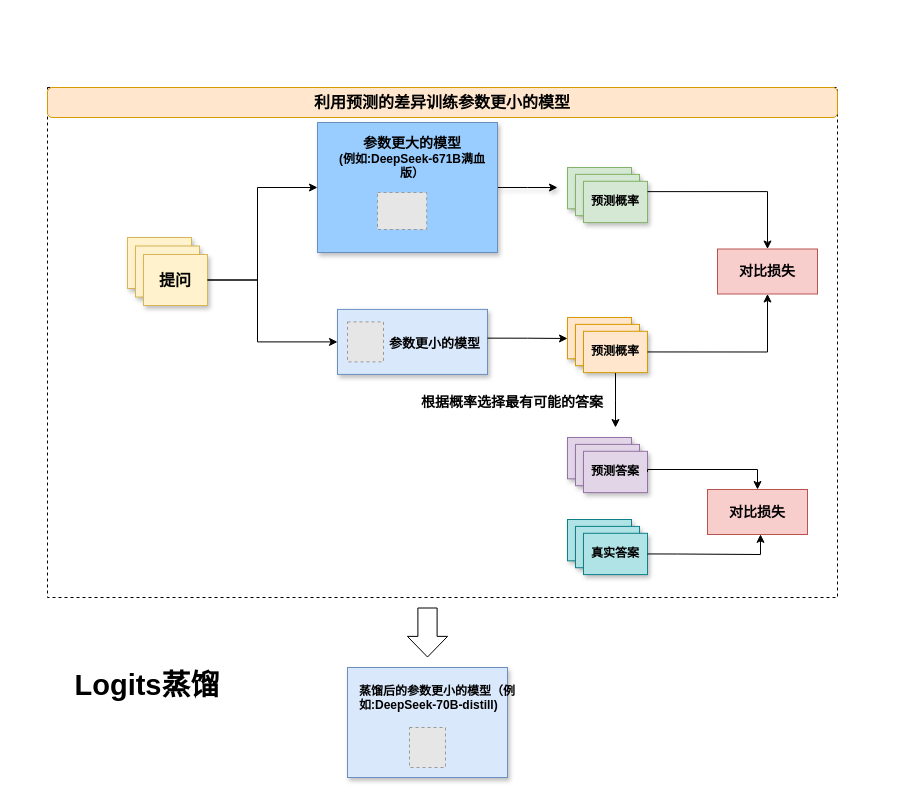
ShizhongP/dl-notes keeps this draw.io diagram as assets/概率分布蒸馏.drawio. Above is the earlier version. Source tidied: cells renumbered, new cells numbered last; positions are measured from the earlier drawing's top-left corner, leaving out a move shared by most shapes. Both pictures are drawn from the tidied source at 100%, with x=0, y=0 at pixel (17, 87). Pictures stored in the file or linked from it are replaced by grey dashed boxes.
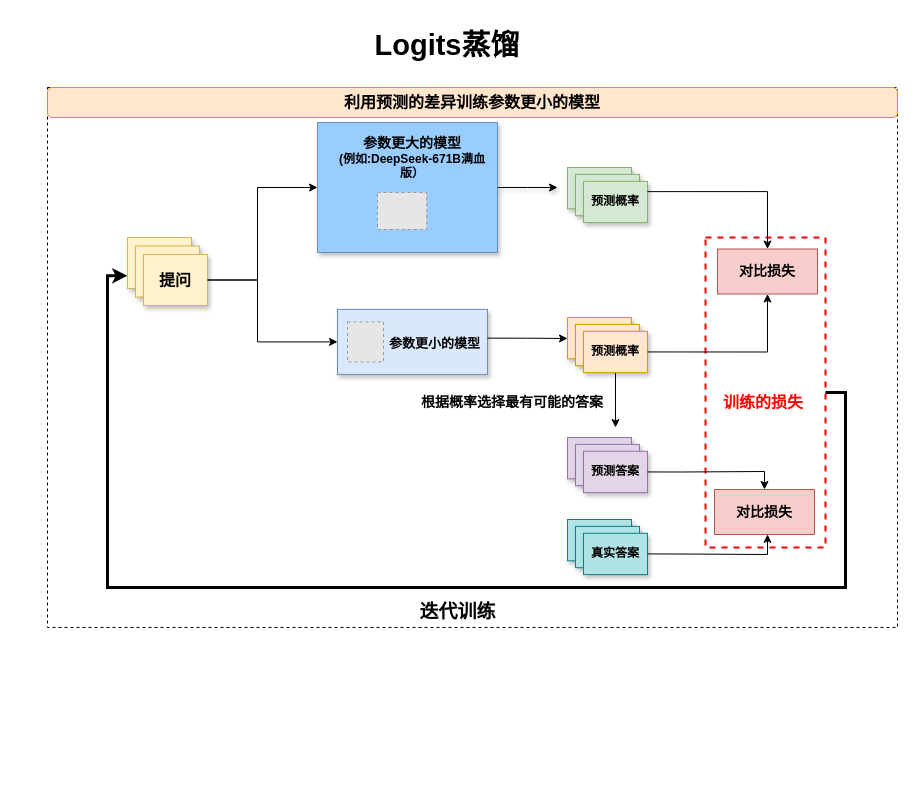
After the change.

Commit message:
更新概率分布蒸馏.drawio

Unchanged cells that the change refers to:
```xml
<mxCell id="18" style="rounded=0;whiteSpace=wrap;html=1;fillColor=#fff2cc;strokeColor=#d6b656;shadow=1;" parent="17" vertex="1">
  <mxGeometry width="64" height="51" as="geometry" />
</mxCell>
<mxCell id="36" value="&lt;b&gt;预测答案&lt;/b&gt;" style="rounded=0;whiteSpace=wrap;html=1;fillColor=#e1d5e7;strokeColor=#9673a6;shadow=1;" parent="33" vertex="1">
  <mxGeometry x="16" y="13.8" width="64" height="41.3" as="geometry" />
</mxCell>
```

The edit, as a diff of the source:
```diff
@@
     <mxCell id="2" style="rounded=0;whiteSpace=wrap;html=1;dashed=1;" parent="1" vertex="1">
-      <mxGeometry x="30" width="790" height="510" as="geometry" />
+      <mxGeometry x="30" width="850" height="540" as="geometry" />
     </mxCell>
+    <mxCell id="48" style="edgeStyle=orthogonalEdgeStyle;rounded=0;jettySize=auto;html=1;exitX=1;exitY=0.5;exitDx=0;exitDy=0;entryX=0;entryY=0.75;entryDx=0;entryDy=0;strokeWidth=3;" parent="1" edge="1" source="49" target="18">
+      <mxGeometry relative="1" as="geometry">
+        <Array as="points">
+          <mxPoint x="828" y="305" />
+          <mxPoint x="828" y="500" />
+          <mxPoint x="90" y="500" />
+          <mxPoint x="90" y="188" />
+        </Array>
+      </mxGeometry>
+    </mxCell>
+    <mxCell id="49" style="rounded=0;whiteSpace=wrap;html=1;fillColor=none;dashed=1;strokeColor=#FF0000;strokeWidth=2;" parent="1" vertex="1">
+      <mxGeometry x="688" y="150" width="120" height="310" as="geometry" />
+    </mxCell>
@@
-    <mxCell id="7" style="rounded=0;whiteSpace=wrap;html=1;fillColor=#dae8fc;strokeColor=#6c8ebf;shadow=1;" parent="1" vertex="1">
-      <mxGeometry x="330" y="580" width="160" height="110" as="geometry" />
-    </mxCell>
-    <mxCell id="8" style="fillColor=#E6E6E6;strokeColor=#999999;dashed=1;verticalLabelPosition=bottom;labelBackgroundColor=default;verticalAlign=top;" parent="1" vertex="1">
-      <mxGeometry x="392" y="640" width="36" height="40" as="geometry" />
-    </mxCell>
-    <mxCell id="9" value="&lt;b&gt;蒸馏后的参数更小的模型（例如:DeepSeek-70B-distill)&lt;/b&gt;" style="text;whiteSpace=wrap;html=1;" parent="1" vertex="1">
-      <mxGeometry x="340" y="590" width="160" height="40" as="geometry" />
-    </mxCell>
-    <mxCell id="10" style="shape=flexArrow;endArrow=classic;html=1;rounded=0;width=19.2;endSize=6.536;" parent="1" edge="1">
-      <mxGeometry relative="1" as="geometry">
-        <mxPoint x="410" y="520" as="sourcePoint" />
-        <mxPoint x="410" y="570" as="targetPoint" />
-      </mxGeometry>
-    </mxCell>
     <mxCell id="11" value="&lt;font style=&quot;font-size: 29px;&quot;&gt;&lt;b&gt;&lt;font&gt;Logits蒸馏&lt;/font&gt;&lt;/b&gt;&lt;/font&gt;" style="text;html=1;align=center;verticalAlign=middle;whiteSpace=wrap;rounded=0;" parent="1" vertex="1">
-      <mxGeometry y="570" width="260" height="55" as="geometry" />
+      <mxGeometry x="300" y="-70" width="260" height="55" as="geometry" />
     </mxCell>
@@
     <mxCell id="44" value="&lt;font style=&quot;font-size: 14px;&quot;&gt;&lt;b&gt;对比损失&lt;/b&gt;&lt;/font&gt;" style="rounded=0;whiteSpace=wrap;html=1;fillColor=#f8cecc;strokeColor=#b85450;" parent="1" vertex="1">
-      <mxGeometry x="690" y="402" width="100" height="45" as="geometry" />
+      <mxGeometry x="697" y="402" width="100" height="45" as="geometry" />
     </mxCell>
-    <mxCell id="45" style="edgeStyle=orthogonalEdgeStyle;rounded=0;jettySize=auto;html=1;exitX=1;exitY=0.5;exitDx=0;exitDy=0;entryX=0.5;entryY=0;entryDx=0;entryDy=0;" parent="1" edge="1" source="36" target="44">
-      <mxGeometry relative="1" as="geometry">
-        <Array as="points">
-          <mxPoint x="630" y="382" />
-          <mxPoint x="740" y="382" />
-        </Array>
-      </mxGeometry>
-    </mxCell>
@@
     <mxCell id="47" value="&lt;font style=&quot;font-size: 16px;&quot;&gt;&lt;b&gt;利用预测的差异训练参数更小的模型&lt;/b&gt;&lt;/font&gt;" style="text;html=1;align=center;verticalAlign=middle;whiteSpace=wrap;rounded=1;fillColor=#ffe6cc;strokeColor=#d79b00;" parent="1" vertex="1">
-      <mxGeometry x="30" width="790" height="30" as="geometry" />
+      <mxGeometry x="30" width="850" height="30" as="geometry" />
     </mxCell>
+    <mxCell id="45" style="edgeStyle=orthogonalEdgeStyle;rounded=0;jettySize=auto;html=1;exitX=1;exitY=0.5;exitDx=0;exitDy=0;entryX=0.5;entryY=0;entryDx=0;entryDy=0;" parent="1" edge="1" source="36" target="44">
+      <mxGeometry relative="1" as="geometry">
+        <Array as="points">
+          <mxPoint x="664" y="384" />
+          <mxPoint x="747" y="384" />
+        </Array>
+      </mxGeometry>
+    </mxCell>
+    <mxCell id="50" value="&lt;b&gt;&lt;font style=&quot;font-size: 19px;&quot;&gt;迭代训练&lt;/font&gt;&lt;/b&gt;" style="text;html=1;align=center;verticalAlign=middle;whiteSpace=wrap;rounded=0;" parent="1" vertex="1">
+      <mxGeometry x="379.6" y="510" width="120.8" height="30" as="geometry" />
+    </mxCell>
+    <mxCell id="51" value="&lt;b&gt;&lt;span style=&quot;color: rgb(255, 0, 0);&quot;&gt;&lt;font style=&quot;font-size: 16px;&quot;&gt;训练的损失&lt;/font&gt;&lt;/span&gt;&lt;/b&gt;" style="text;html=1;align=center;verticalAlign=middle;whiteSpace=wrap;rounded=0;" parent="1" vertex="1">
+      <mxGeometry x="700" y="300" width="91.5" height="30" as="geometry" />
+    </mxCell>
```
